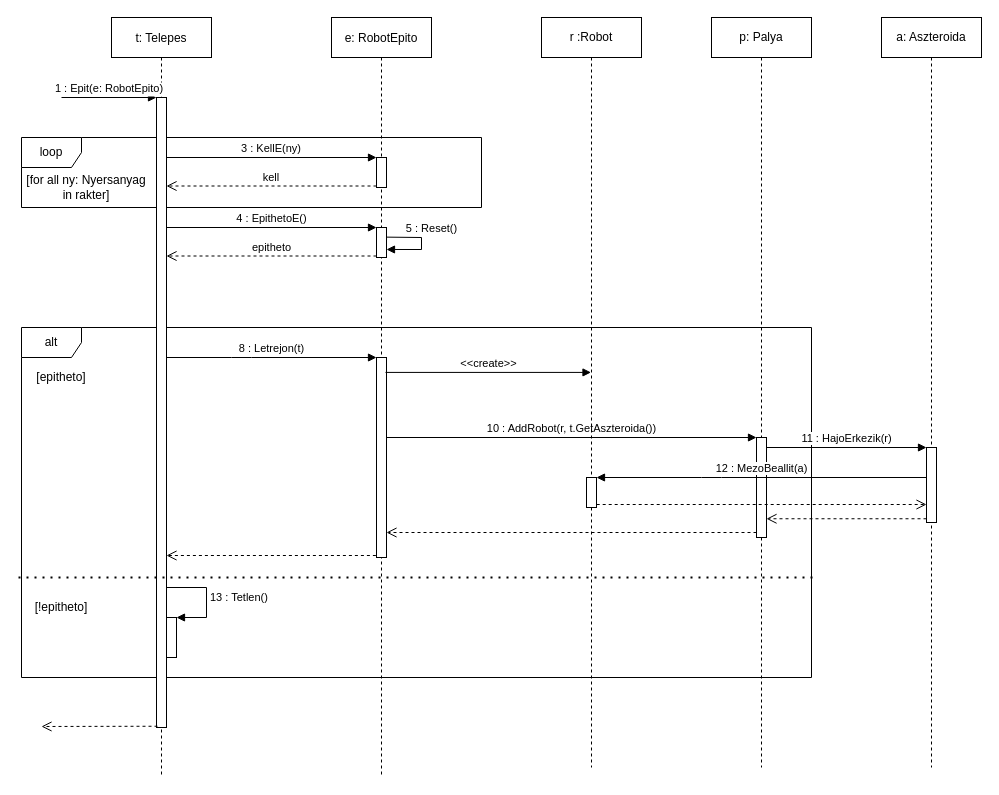
torpeBoiGo/aszteroidabanyaszat keeps this draw.io diagram as doc/uml/szekvencia_robotEpit.drawio. Above is the earlier version. Source tidied: cells renumbered, new cells numbered last; positions are measured from the earlier drawing's top-left corner, leaving out a move shared by most shapes. Both pictures are drawn from the tidied source at 100%, with x=0, y=0 at pixel (18, 17).
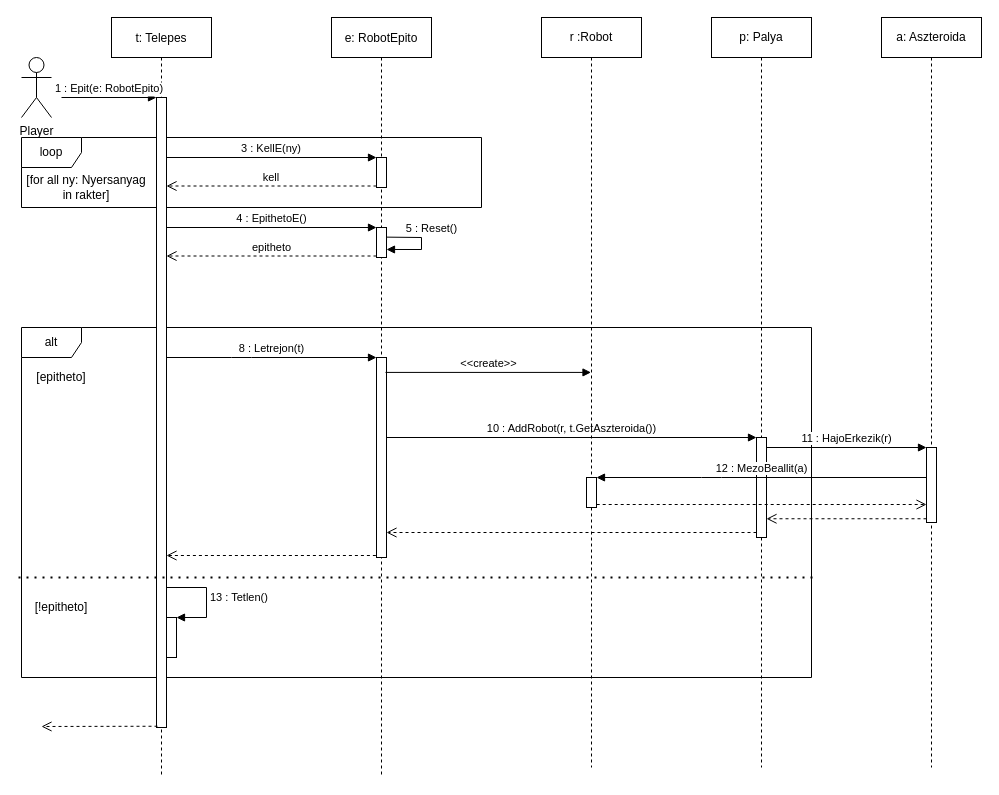
The same diagram, later.

Commit message:
Régi változat törölve, aktor

Change to the diagram source:
```diff
@@
+    <mxCell id="38" value="Player" style="shape=umlActor;verticalLabelPosition=bottom;verticalAlign=top;html=1;" parent="1" vertex="1">
+      <mxGeometry x="3" y="40" width="30" height="60" as="geometry" />
+    </mxCell>
```
